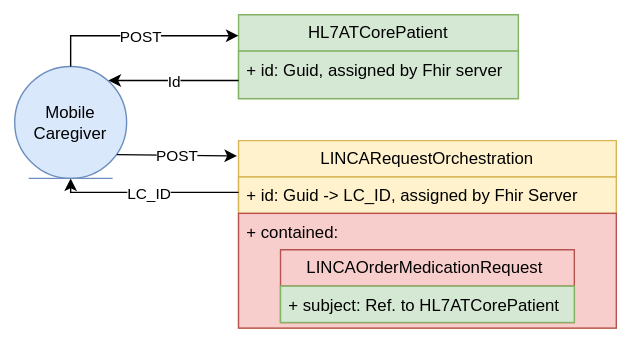
Above: r5-LinkedCare-dev/UserStory_001_diagram.svg in HL7Austria/hl7austria.github.io (draw.io), before the change. Source tidied: cells renumbered, new cells last; positions are measured from the earlier drawing's top-left corner, leaving out a move shared by most shapes. Its diagram source:
```xml
<mxGraphModel>
  <root>
    <mxCell id="0" />
    <mxCell id="1" parent="0" />
    <mxCell id="2" value="LINCARequestOrchestration" style="swimlane;fontStyle=0;horizontal=1;startSize=26;fillColor=#fff2cc;whiteSpace=wrap;html=1;strokeColor=#d6b656;" parent="1" vertex="1">
      <mxGeometry x="160" y="90" width="270" height="134" as="geometry" />
    </mxCell>
    <mxCell id="3" value="+ id: Guid -&amp;gt; LC_ID, assigned by Fhir Server" style="text;strokeColor=#d6b656;fillColor=#fff2cc;align=left;verticalAlign=top;spacingLeft=4;spacingRight=4;overflow=hidden;whiteSpace=wrap;html=1;" parent="2" vertex="1">
      <mxGeometry y="26" width="270" height="26" as="geometry" />
    </mxCell>
    <mxCell id="4" value="+ contained:&amp;nbsp;&lt;br&gt;&lt;blockquote style=&quot;margin: 0 0 0 40px; border: none; padding: 0px;&quot;&gt;&lt;/blockquote&gt;&lt;blockquote style=&quot;margin: 0 0 0 40px; border: none; padding: 0px;&quot;&gt;&lt;/blockquote&gt;" style="text;strokeColor=#b85450;fillColor=#f8cecc;align=left;verticalAlign=top;spacingLeft=4;spacingRight=4;overflow=hidden;whiteSpace=wrap;html=1;" parent="2" vertex="1">
      <mxGeometry y="52" width="270" height="82" as="geometry" />
    </mxCell>
    <mxCell id="5" value="HL7ATCorePatient" style="swimlane;fontStyle=0;horizontal=1;startSize=26;fillColor=#d5e8d4;whiteSpace=wrap;html=1;strokeColor=#82b366;" parent="1" vertex="1">
      <mxGeometry x="160" width="200" height="60" as="geometry" />
    </mxCell>
    <mxCell id="6" value="+ id: Guid, assigned by Fhir server" style="text;strokeColor=#82b366;fillColor=#d5e8d4;align=left;verticalAlign=top;spacingLeft=4;spacingRight=4;overflow=hidden;whiteSpace=wrap;html=1;" parent="5" vertex="1">
      <mxGeometry y="26" width="200" height="34" as="geometry" />
    </mxCell>
    <mxCell id="7" value="Mobile Caregiver" style="ellipse;shape=umlEntity;whiteSpace=wrap;html=1;fillColor=#dae8fc;strokeColor=#6c8ebf;" parent="1" vertex="1">
      <mxGeometry y="37" width="80" height="80" as="geometry" />
    </mxCell>
    <mxCell id="8" style="endArrow=classic;html=1;rounded=0;entryX=0;entryY=0.25;entryDx=0;entryDy=0;" parent="1" edge="1" target="5">
      <mxGeometry relative="1" as="geometry">
        <mxPoint x="40" y="37" as="sourcePoint" />
        <Array as="points">
          <mxPoint x="40" y="15" />
        </Array>
      </mxGeometry>
    </mxCell>
    <mxCell id="9" value="POST" style="edgeLabel;html=1;align=center;verticalAlign=middle;" parent="8" vertex="1">
      <mxGeometry relative="1" as="geometry" />
    </mxCell>
    <mxCell id="10" style="endArrow=classic;html=1;rounded=0;" parent="1" edge="1">
      <mxGeometry relative="1" as="geometry">
        <mxPoint x="160" y="47" as="sourcePoint" />
        <mxPoint x="67" y="47" as="targetPoint" />
      </mxGeometry>
    </mxCell>
    <mxCell id="11" value="Id" style="edgeLabel;html=1;align=center;verticalAlign=middle;" parent="10" vertex="1">
      <mxGeometry relative="1" as="geometry" />
    </mxCell>
    <mxCell id="12" style="endArrow=classic;html=1;rounded=0;entryX=-0.004;entryY=0.082;entryDx=0;entryDy=0;entryPerimeter=0;" parent="1" edge="1" target="2">
      <mxGeometry relative="1" as="geometry">
        <mxPoint x="73" y="100" as="sourcePoint" />
      </mxGeometry>
    </mxCell>
    <mxCell id="13" value="POST" style="edgeLabel;html=1;align=center;verticalAlign=middle;" parent="12" vertex="1">
      <mxGeometry relative="1" as="geometry" />
    </mxCell>
    <mxCell id="14" style="endArrow=classic;html=1;rounded=0;entryX=0.5;entryY=1;entryDx=0;entryDy=0;" parent="1" edge="1" target="7">
      <mxGeometry relative="1" as="geometry">
        <mxPoint x="160" y="127" as="sourcePoint" />
        <Array as="points">
          <mxPoint x="40" y="127" />
        </Array>
      </mxGeometry>
    </mxCell>
    <mxCell id="15" value="LC_ID" style="edgeLabel;html=1;align=center;verticalAlign=middle;" parent="14" vertex="1">
      <mxGeometry relative="1" as="geometry" />
    </mxCell>
    <mxCell id="16" value="LINCAOrderMedicationRequest&amp;nbsp;" style="swimlane;fontStyle=0;horizontal=1;startSize=26;fillColor=#f8cecc;whiteSpace=wrap;html=1;strokeColor=#b85450;" parent="1" vertex="1">
      <mxGeometry x="190" y="168" width="210" height="52" as="geometry" />
    </mxCell>
    <mxCell id="17" value="+ subject: Ref. to HL7ATCorePatient" style="text;strokeColor=#82b366;fillColor=#d5e8d4;align=left;verticalAlign=top;spacingLeft=4;spacingRight=4;overflow=hidden;whiteSpace=wrap;html=1;" parent="16" vertex="1">
      <mxGeometry y="26" width="210" height="26" as="geometry" />
    </mxCell>
  </root>
</mxGraphModel>
```
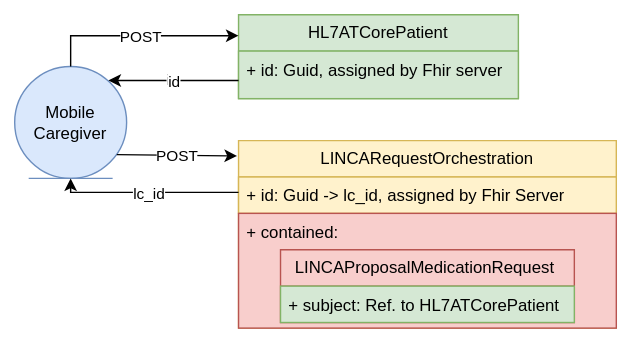
Above is the later version.

Change to the diagram source:
```diff
@@ -5,7 +5,7 @@
     <mxCell id="2" value="LINCARequestOrchestration" style="swimlane;fontStyle=0;horizontal=1;startSize=26;fillColor=#fff2cc;whiteSpace=wrap;html=1;strokeColor=#d6b656;" parent="1" vertex="1">
       <mxGeometry x="160" y="90" width="270" height="134" as="geometry" />
     </mxCell>
-    <mxCell id="3" value="+ id: Guid -&amp;gt; LC_ID, assigned by Fhir Server" style="text;strokeColor=#d6b656;fillColor=#fff2cc;align=left;verticalAlign=top;spacingLeft=4;spacingRight=4;overflow=hidden;whiteSpace=wrap;html=1;" parent="2" vertex="1">
+    <mxCell id="3" value="+ id: Guid -&amp;gt; lc_id, assigned by Fhir Server" style="text;strokeColor=#d6b656;fillColor=#fff2cc;align=left;verticalAlign=top;spacingLeft=4;spacingRight=4;overflow=hidden;whiteSpace=wrap;html=1;" parent="2" vertex="1">
       <mxGeometry y="26" width="270" height="26" as="geometry" />
     </mxCell>
     <mxCell id="4" value="+ contained:&amp;nbsp;&lt;br&gt;&lt;blockquote style=&quot;margin: 0 0 0 40px; border: none; padding: 0px;&quot;&gt;&lt;/blockquote&gt;&lt;blockquote style=&quot;margin: 0 0 0 40px; border: none; padding: 0px;&quot;&gt;&lt;/blockquote&gt;" style="text;strokeColor=#b85450;fillColor=#f8cecc;align=left;verticalAlign=top;spacingLeft=4;spacingRight=4;overflow=hidden;whiteSpace=wrap;html=1;" parent="2" vertex="1">
@@ -31,13 +31,13 @@
     <mxCell id="9" value="POST" style="edgeLabel;html=1;align=center;verticalAlign=middle;" parent="8" vertex="1">
       <mxGeometry relative="1" as="geometry" />
     </mxCell>
-    <mxCell id="10" style="endArrow=classic;html=1;rounded=0;" parent="1" edge="1">
+    <mxCell id="10" value="id" style="endArrow=classic;html=1;rounded=0;" parent="1" edge="1">
       <mxGeometry relative="1" as="geometry">
         <mxPoint x="160" y="47" as="sourcePoint" />
         <mxPoint x="67" y="47" as="targetPoint" />
       </mxGeometry>
     </mxCell>
-    <mxCell id="11" value="Id" style="edgeLabel;html=1;align=center;verticalAlign=middle;" parent="10" vertex="1">
+    <mxCell id="11" value="id" style="edgeLabel;html=1;align=center;verticalAlign=middle;" parent="10" vertex="1">
       <mxGeometry relative="1" as="geometry" />
     </mxCell>
     <mxCell id="12" style="endArrow=classic;html=1;rounded=0;entryX=-0.004;entryY=0.082;entryDx=0;entryDy=0;entryPerimeter=0;" parent="1" edge="1" target="2">
@@ -56,10 +56,10 @@
         </Array>
       </mxGeometry>
     </mxCell>
-    <mxCell id="15" value="LC_ID" style="edgeLabel;html=1;align=center;verticalAlign=middle;" parent="14" vertex="1">
+    <mxCell id="15" value="lc_id" style="edgeLabel;html=1;align=center;verticalAlign=middle;" parent="14" vertex="1">
       <mxGeometry relative="1" as="geometry" />
     </mxCell>
-    <mxCell id="16" value="LINCAOrderMedicationRequest&amp;nbsp;" style="swimlane;fontStyle=0;horizontal=1;startSize=26;fillColor=#f8cecc;whiteSpace=wrap;html=1;strokeColor=#b85450;" parent="1" vertex="1">
+    <mxCell id="16" value="LINCAProposalMedicationRequest&amp;nbsp;" style="swimlane;fontStyle=0;horizontal=1;startSize=26;fillColor=#f8cecc;whiteSpace=wrap;html=1;strokeColor=#b85450;" parent="1" vertex="1">
       <mxGeometry x="190" y="168" width="210" height="52" as="geometry" />
     </mxCell>
     <mxCell id="17" value="+ subject: Ref. to HL7ATCorePatient" style="text;strokeColor=#82b366;fillColor=#d5e8d4;align=left;verticalAlign=top;spacingLeft=4;spacingRight=4;overflow=hidden;whiteSpace=wrap;html=1;" parent="16" vertex="1">
```
